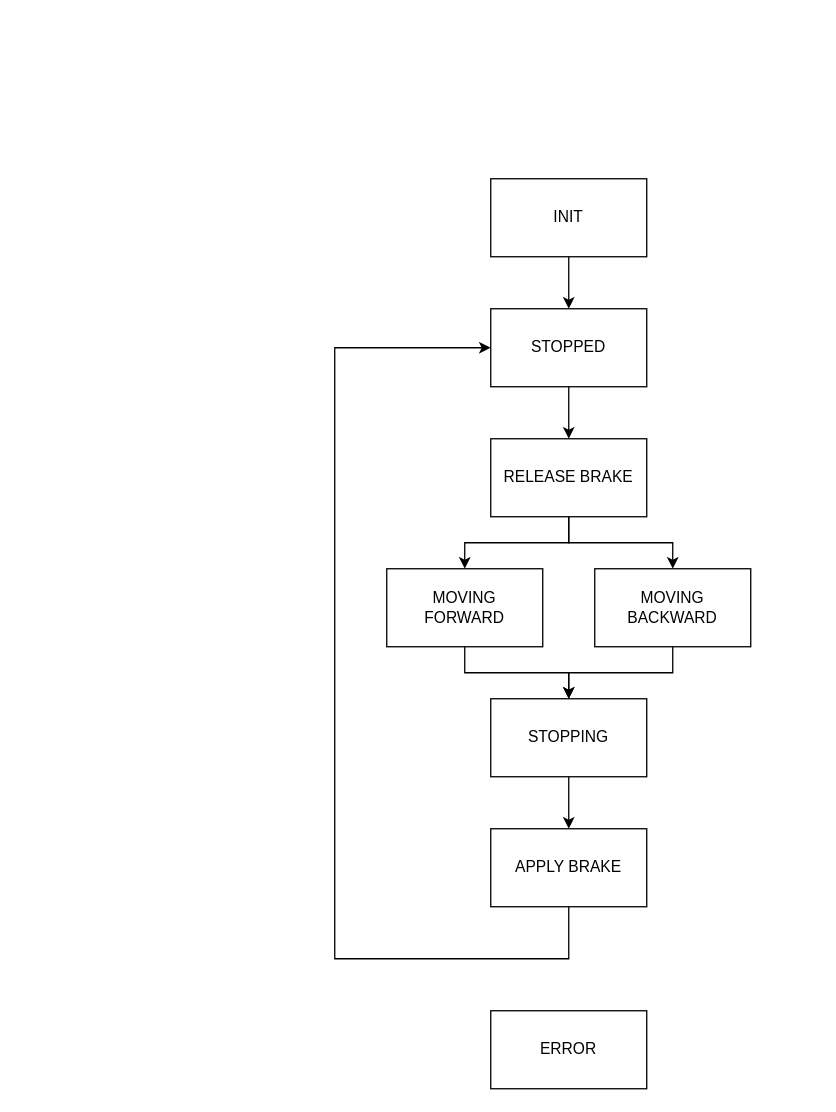
KMWE/KMWE_CleanroomConnect keeps this draw.io diagram as page "CM_SEW_WithBrake" (8 of 8) of Documentation/StateMachine and Sequence Diagrams.drawio. Above is the earlier version. Source tidied: cells renumbered, new cells numbered last; positions are measured from the earlier drawing's top-left corner, leaving out a move shared by most shapes. Both pictures are drawn from the tidied source at 130%, with x=0, y=0 at pixel (334, 178).
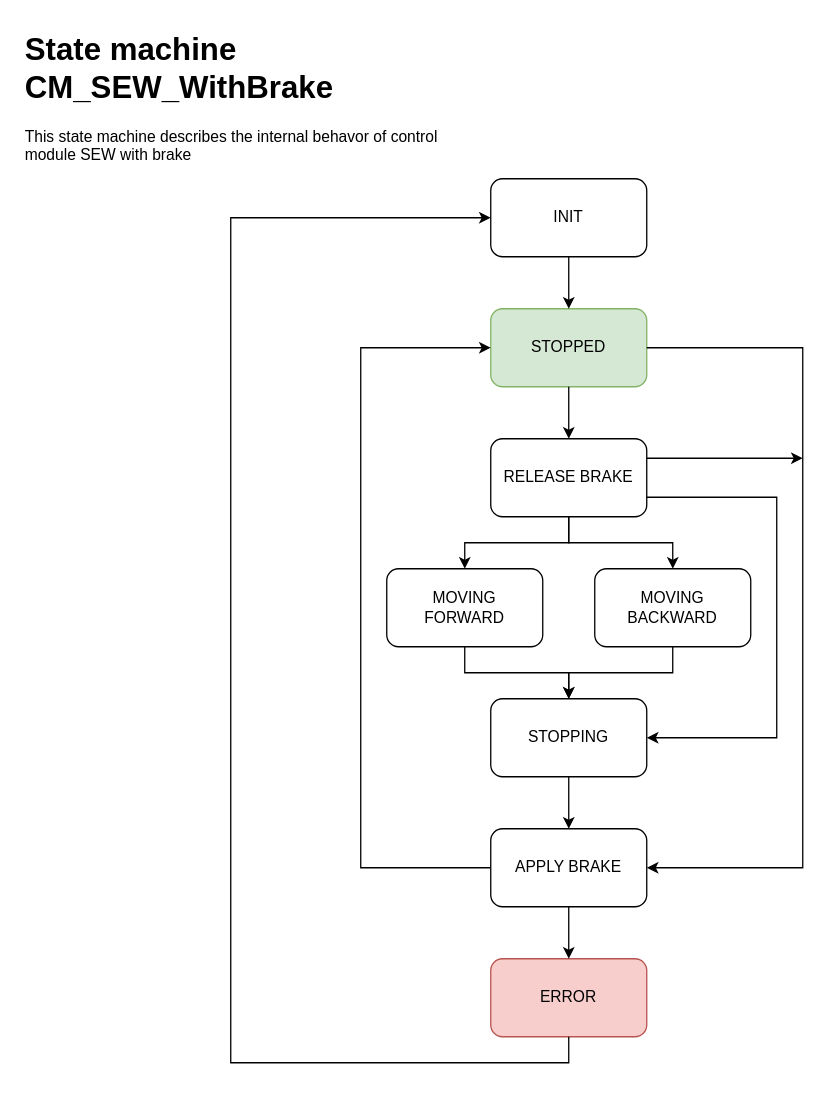
After the change.

Diff of the diagram source:
```diff
@@
-    <mxCell id="2" value="MOVING&lt;div&gt;FORWARD&lt;/div&gt;" style="rounded=0;whiteSpace=wrap;html=1;" parent="1" vertex="1">
+    <mxCell id="2" value="MOVING&lt;div&gt;FORWARD&lt;/div&gt;" style="rounded=1;whiteSpace=wrap;html=1;" parent="1" vertex="1">
       <mxGeometry x="40" y="300" width="120" height="60" as="geometry" />
     </mxCell>
-    <mxCell id="3" value="MOVING BACKWARD" style="rounded=0;whiteSpace=wrap;html=1;" parent="1" vertex="1">
+    <mxCell id="3" value="MOVING BACKWARD" style="rounded=1;whiteSpace=wrap;html=1;" parent="1" vertex="1">
       <mxGeometry x="200" y="300" width="120" height="60" as="geometry" />
     </mxCell>
-    <mxCell id="4" value="STOPPING" style="rounded=0;whiteSpace=wrap;html=1;" parent="1" vertex="1">
+    <mxCell id="4" value="STOPPING" style="rounded=1;whiteSpace=wrap;html=1;" parent="1" vertex="1">
       <mxGeometry x="120" y="400" width="120" height="60" as="geometry" />
     </mxCell>
-    <mxCell id="5" value="APPLY BRAKE" style="rounded=0;whiteSpace=wrap;html=1;" parent="1" vertex="1">
+    <mxCell id="5" value="APPLY BRAKE" style="rounded=1;whiteSpace=wrap;html=1;" parent="1" vertex="1">
       <mxGeometry x="120" y="500" width="120" height="60" as="geometry" />
     </mxCell>
-    <mxCell id="6" value="STOPPED" style="rounded=0;whiteSpace=wrap;html=1;" parent="1" vertex="1">
+    <mxCell id="6" value="STOPPED" style="rounded=1;whiteSpace=wrap;html=1;fillColor=#d5e8d4;strokeColor=#82b366;" parent="1" vertex="1">
       <mxGeometry x="120" y="100" width="120" height="60" as="geometry" />
     </mxCell>
-    <mxCell id="7" value="RELEASE BRAKE" style="rounded=0;whiteSpace=wrap;html=1;" parent="1" vertex="1">
+    <mxCell id="7" value="RELEASE BRAKE" style="rounded=1;whiteSpace=wrap;html=1;" parent="1" vertex="1">
       <mxGeometry x="120" y="200" width="120" height="60" as="geometry" />
     </mxCell>
-    <mxCell id="8" value="INIT" style="rounded=0;whiteSpace=wrap;html=1;" parent="1" vertex="1">
+    <mxCell id="8" value="INIT" style="rounded=1;whiteSpace=wrap;html=1;" parent="1" vertex="1">
       <mxGeometry x="120" width="120" height="60" as="geometry" />
     </mxCell>
-    <mxCell id="9" style="endArrow=classic;html=1;rounded=0;entryX=0;entryY=0.5;entryDx=0;entryDy=0;exitX=0.5;exitY=1;exitDx=0;exitDy=0;edgeStyle=orthogonalEdgeStyle;" parent="1" edge="1" source="5" target="6">
+    <mxCell id="9" style="endArrow=classic;html=1;rounded=0;entryX=0;entryY=0.5;entryDx=0;entryDy=0;exitX=0;exitY=0.5;exitDx=0;exitDy=0;edgeStyle=orthogonalEdgeStyle;" parent="1" edge="1" source="5" target="6">
       <mxGeometry relative="1" as="geometry">
         <Array as="points">
-          <mxPoint x="180" y="600" />
-          <mxPoint y="600" />
-          <mxPoint y="130" />
+          <mxPoint x="20" y="530" />
+          <mxPoint x="20" y="130" />
         </Array>
       </mxGeometry>
     </mxCell>
@@
-    <mxCell id="17" value="ERROR" style="rounded=0;whiteSpace=wrap;html=1;" parent="1" vertex="1">
-      <mxGeometry x="120" y="640" width="120" height="60" as="geometry" />
+    <mxCell id="17" value="ERROR" style="rounded=1;whiteSpace=wrap;html=1;fillColor=#f8cecc;strokeColor=#b85450;" parent="1" vertex="1">
+      <mxGeometry x="120" y="600" width="120" height="60" as="geometry" />
     </mxCell>
+    <mxCell id="18" style="endArrow=classic;html=1;rounded=0;entryX=0;entryY=0.5;entryDx=0;entryDy=0;exitX=0.5;exitY=1;exitDx=0;exitDy=0;edgeStyle=orthogonalEdgeStyle;" parent="1" edge="1" source="17" target="8">
+      <mxGeometry relative="1" as="geometry">
+        <Array as="points">
+          <mxPoint x="180" y="680" />
+          <mxPoint x="-80" y="680" />
+          <mxPoint x="-80" y="30" />
+        </Array>
+      </mxGeometry>
+    </mxCell>
+    <mxCell id="19" style="endArrow=classic;html=1;rounded=0;entryX=1;entryY=0.5;entryDx=0;entryDy=0;edgeStyle=elbowEdgeStyle;exitX=1;exitY=0.5;exitDx=0;exitDy=0;" parent="1" edge="1" source="6" target="5">
+      <mxGeometry relative="1" as="geometry">
+        <Array as="points">
+          <mxPoint x="360" y="330" />
+        </Array>
+      </mxGeometry>
+    </mxCell>
+    <mxCell id="20" style="endArrow=classic;html=1;rounded=0;entryX=1;entryY=0.5;entryDx=0;entryDy=0;edgeStyle=elbowEdgeStyle;exitX=1;exitY=0.75;exitDx=0;exitDy=0;" parent="1" edge="1" source="7" target="4">
+      <mxGeometry relative="1" as="geometry">
+        <Array as="points">
+          <mxPoint x="340" y="330" />
+        </Array>
+      </mxGeometry>
+    </mxCell>
+    <mxCell id="21" style="endArrow=classic;html=1;rounded=0;exitX=0.5;exitY=1;exitDx=0;exitDy=0;entryX=0.5;entryY=0;entryDx=0;entryDy=0;" parent="1" edge="1" source="5" target="17">
+      <mxGeometry relative="1" as="geometry" />
+    </mxCell>
+    <mxCell id="22" value="&lt;h1 style=&quot;margin-top: 0px;&quot;&gt;State machine CM_SEW_WithBrake&lt;/h1&gt;&lt;p&gt;This state machine describes the internal behavor of control module SEW with brake&lt;/p&gt;" style="text;html=1;whiteSpace=wrap;overflow=hidden;rounded=0;" parent="1" vertex="1">
+      <mxGeometry x="-240" y="-120" width="320" height="120" as="geometry" />
+    </mxCell>
+    <mxCell id="23" style="endArrow=classic;html=1;rounded=0;exitX=1;exitY=0.25;exitDx=0;exitDy=0;" parent="1" edge="1" source="7">
+      <mxGeometry relative="1" as="geometry">
+        <mxPoint x="360" y="215" as="targetPoint" />
+      </mxGeometry>
+    </mxCell>
```
